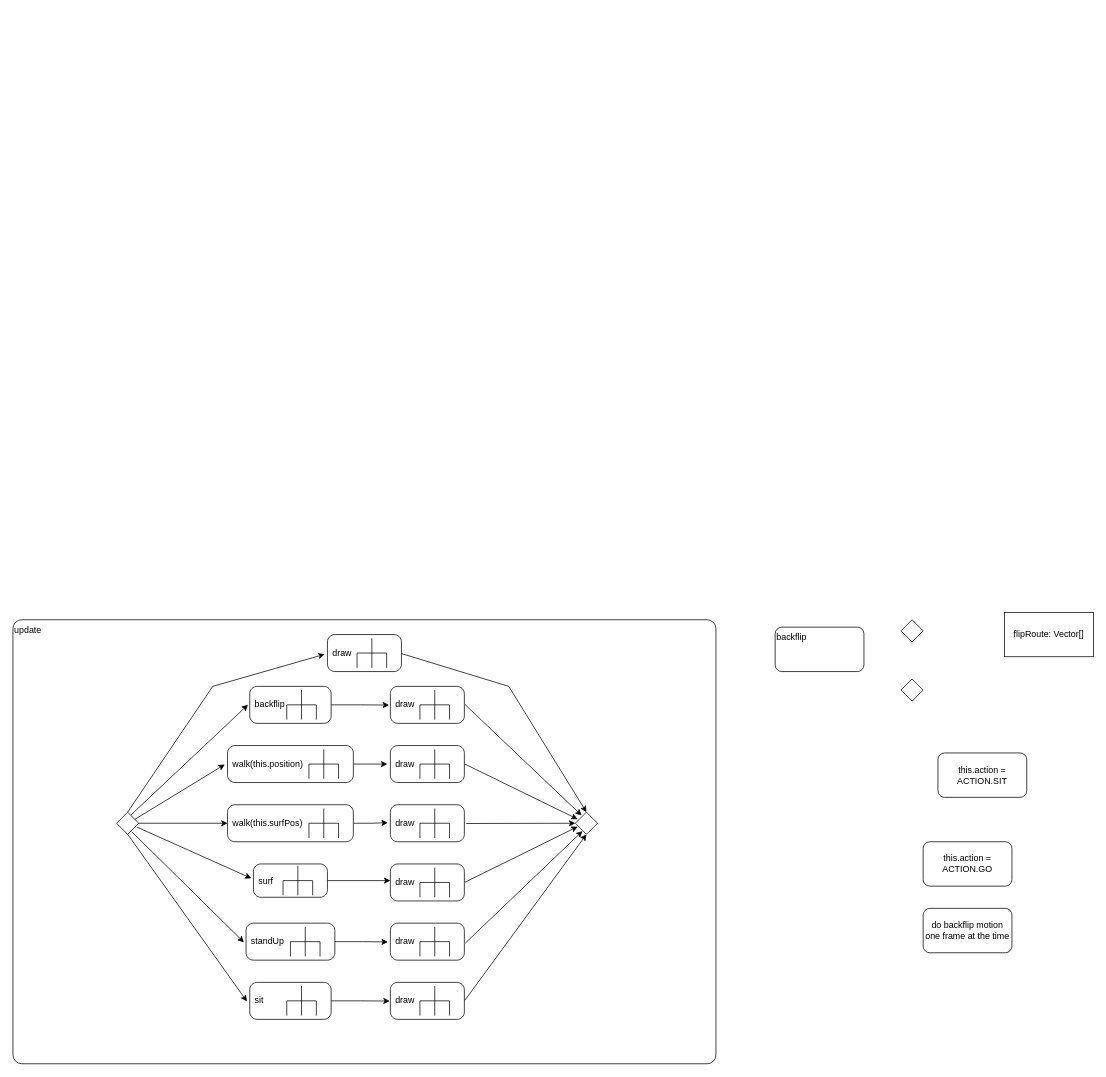
Earlier version of the draw.io diagram A11/ClickyBeach.drawio (richamukasa/EIA2-SoSe2022). Source tidied: cells renumbered, new cells numbered last; positions are measured from the earlier drawing's top-left corner, leaving out a move shared by most shapes. Both pictures are drawn from the tidied source at 74%, with x=0, y=0 at pixel (13, 612).
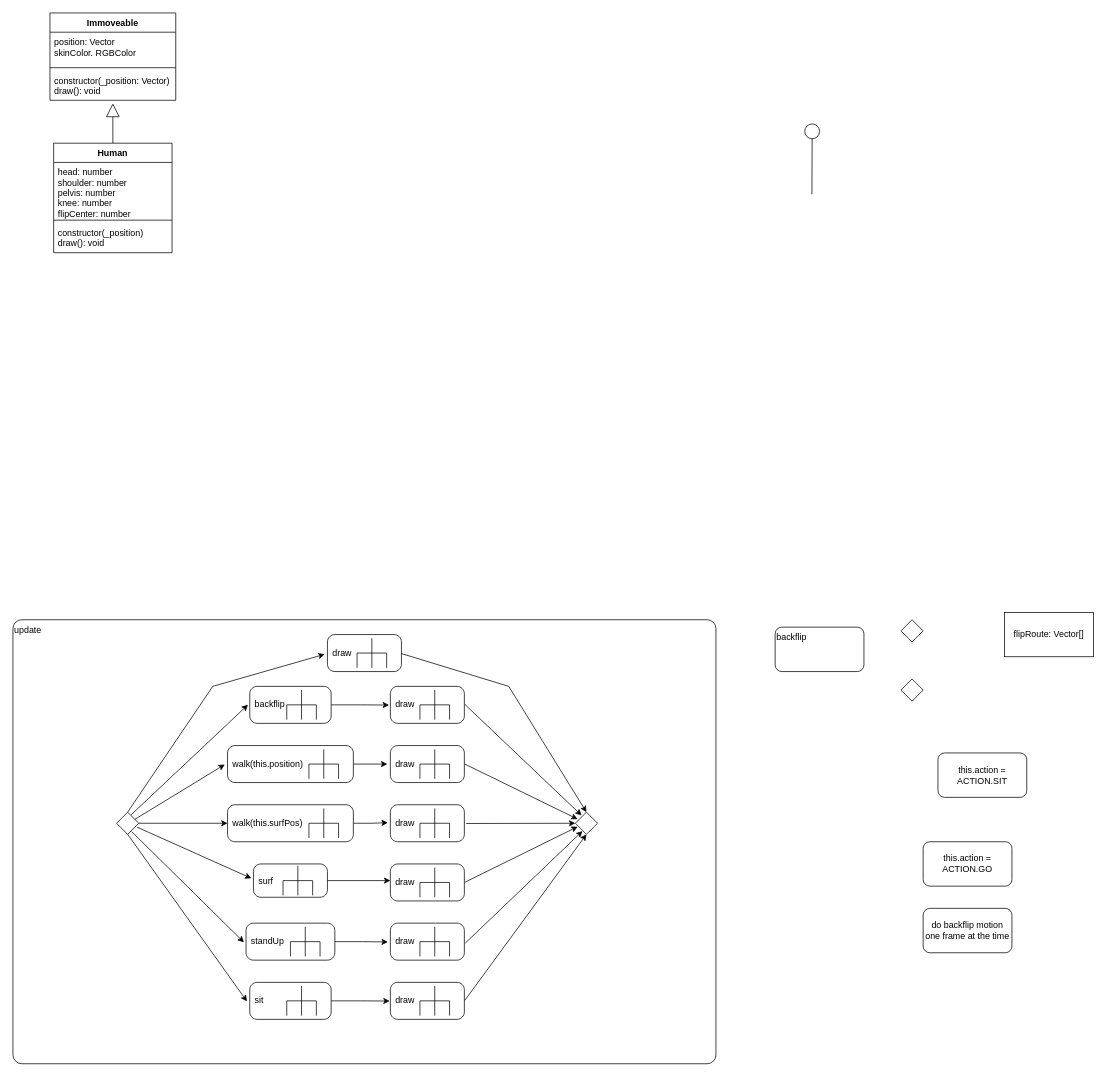
The same page after the edit.

Change to the diagram source:
```diff
@@
+    <mxCell id="45" value="Immoveable" style="swimlane;fontStyle=1;align=center;verticalAlign=top;horizontal=1;startSize=26;" parent="1" vertex="1">
+      <mxGeometry x="50" y="-810" width="170" height="118" as="geometry" />
+    </mxCell>
+    <mxCell id="46" value="position: Vector&#10;skinColor. RGBColor" style="text;strokeColor=none;fillColor=none;align=left;verticalAlign=top;spacingLeft=4;spacingRight=4;overflow=hidden;" parent="45" vertex="1">
+      <mxGeometry y="26" width="170" height="44" as="geometry" />
+    </mxCell>
+    <mxCell id="47" style="line;strokeWidth=1;fillColor=none;align=left;verticalAlign=middle;spacingTop=-1;spacingLeft=3;spacingRight=3;labelPosition=right;" parent="45" vertex="1">
+      <mxGeometry y="70" width="170" height="8" as="geometry" />
+    </mxCell>
+    <mxCell id="48" value="constructor(_position: Vector)&#10;draw(): void" style="text;strokeColor=none;fillColor=none;align=left;verticalAlign=top;spacingLeft=4;spacingRight=4;overflow=hidden;points=[[0,0.5],[1,0.5]];portConstraint=eastwest;" parent="45" vertex="1">
+      <mxGeometry y="78" width="170" height="40" as="geometry" />
+    </mxCell>
+    <mxCell id="49" style="endArrow=block;endSize=16;endFill=0;html=1;rounded=0;exitX=0.5;exitY=0;exitDx=0;exitDy=0;entryX=0.5;entryY=1.103;entryDx=0;entryDy=0;entryPerimeter=0;" parent="1" edge="1" source="50" target="48">
+      <mxGeometry relative="1" as="geometry" />
+    </mxCell>
+    <mxCell id="50" value="Human" style="swimlane;fontStyle=1;align=center;verticalAlign=top;horizontal=1;startSize=26;" parent="1" vertex="1">
+      <mxGeometry x="55" y="-634" width="160" height="148" as="geometry" />
+    </mxCell>
+    <mxCell id="51" value="head: number&#10;shoulder: number&#10;pelvis: number&#10;knee: number&#10;flipCenter: number" style="text;strokeColor=none;fillColor=none;align=left;verticalAlign=top;spacingLeft=4;spacingRight=4;overflow=hidden;" parent="50" vertex="1">
+      <mxGeometry y="26" width="160" height="74" as="geometry" />
+    </mxCell>
+    <mxCell id="52" style="line;strokeWidth=1;fillColor=none;align=left;verticalAlign=middle;spacingTop=-1;spacingLeft=3;spacingRight=3;labelPosition=right;" parent="50" vertex="1">
+      <mxGeometry y="100" width="160" height="8" as="geometry" />
+    </mxCell>
+    <mxCell id="53" value="constructor(_position)&#10;draw(): void" style="text;strokeColor=none;fillColor=none;align=left;verticalAlign=top;spacingLeft=4;spacingRight=4;overflow=hidden;" parent="50" vertex="1">
+      <mxGeometry y="108" width="160" height="40" as="geometry" />
+    </mxCell>
+    <mxCell id="54" style="ellipse;whiteSpace=wrap;html=1;fillColor=none;" parent="1" vertex="1">
+      <mxGeometry x="1070" y="-660" width="20" height="20" as="geometry" />
+    </mxCell>
+    <mxCell id="55" style="endArrow=none;html=1;rounded=0;exitX=0.5;exitY=1;exitDx=0;exitDy=0;" parent="1" edge="1" source="54">
+      <mxGeometry relative="1" as="geometry">
+        <mxPoint x="1079.7" y="-565" as="targetPoint" />
+      </mxGeometry>
+    </mxCell>
```
